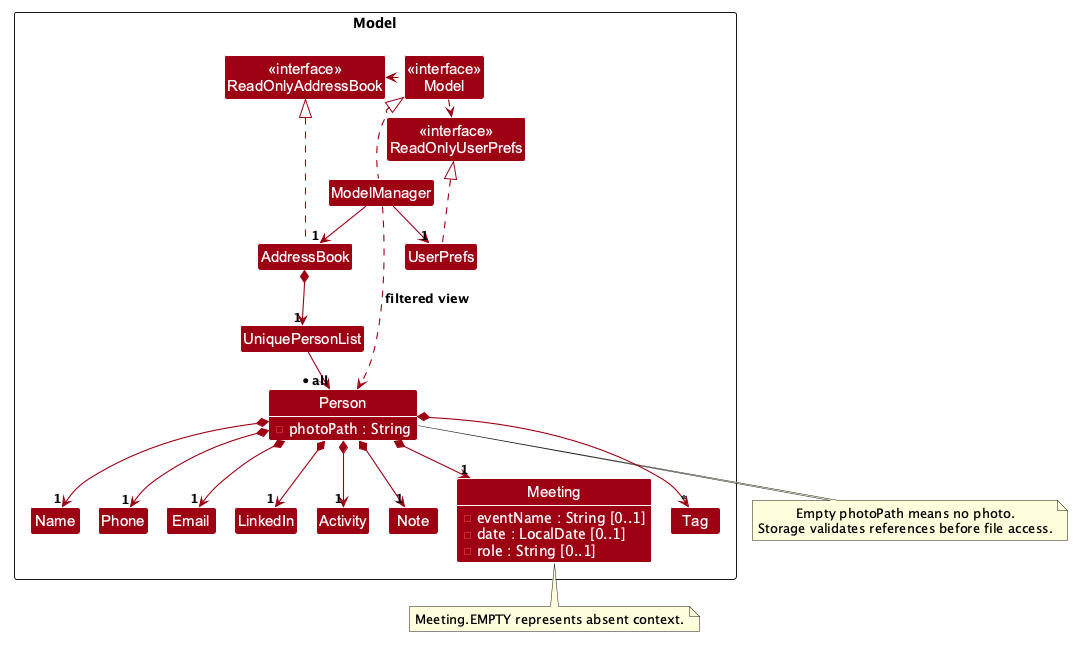
Earlier version of the PlantUML export docs/images/ModelClassDiagram.png (AY2627S1-CS2103T-W12-2/tp).
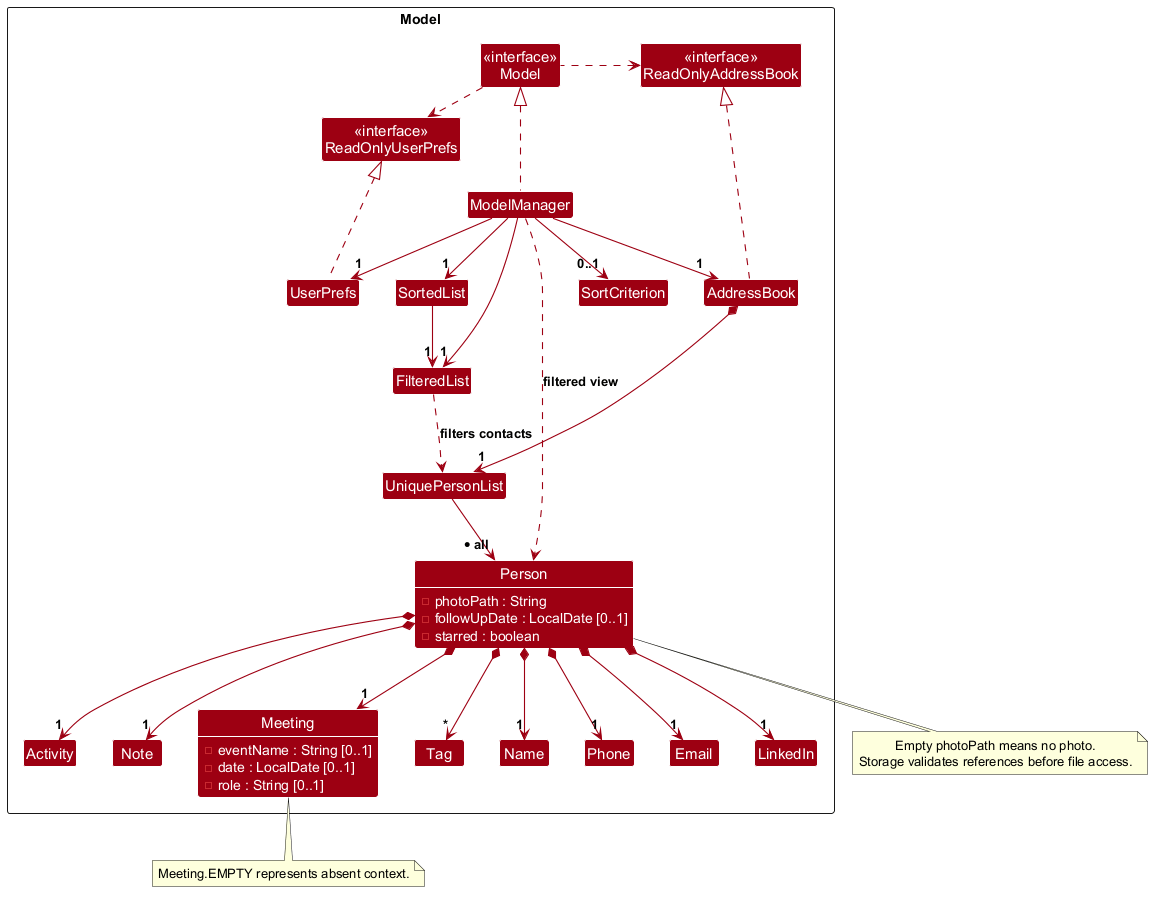
After the commit.

The edit, as a diff of the source:
```diff
@@ -1,5 +1,4 @@
 @startuml
-!pragma layout smetana
 !include style.puml
 skinparam arrowThickness 1.1
 skinparam arrowColor MODEL_COLOR
@@ -16,6 +15,8 @@
 class UniquePersonList
 class Person {
     - photoPath : String
+    - followUpDate : LocalDate [0..1]
+    - starred : boolean
 }
 class Name
 class Phone
@@ -29,6 +30,9 @@
     - role : String [0..1]
 }
 class Tag
+enum SortCriterion
+class "FilteredList" as FilteredPersons
+class "SortedList" as SortedPersons
 }
 
 show Person fields
@@ -40,6 +44,11 @@
 Model .left.> ReadOnlyAddressBook
 ModelManager --> "1" AddressBook
 ModelManager --> "1" UserPrefs
+ModelManager --> "1" FilteredPersons
+ModelManager --> "1" SortedPersons
+ModelManager --> "0..1" SortCriterion
+SortedPersons --> "1" FilteredPersons
+FilteredPersons ..> UniquePersonList : filters contacts
 AddressBook *--> "1" UniquePersonList
 UniquePersonList -down-> "* all" Person
 ModelManager ..> Person : filtered view
```
